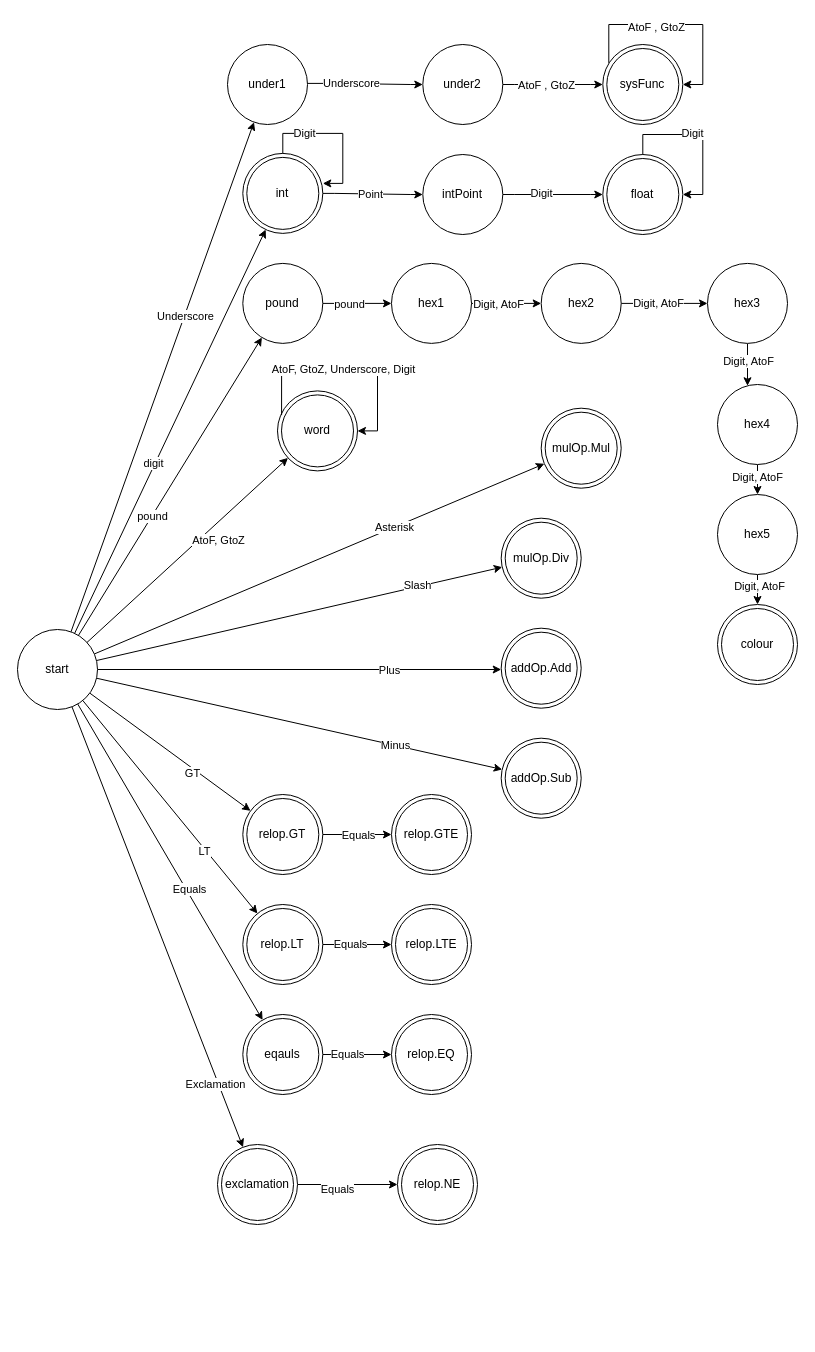
Above: docs/lexer DSA.drawio in wayne1512/CPS2000-compiler (draw.io), before the change. Source tidied: cells renumbered, new cells numbered last; positions are measured from the earlier drawing's top-left corner, leaving out a move shared by most shapes. Both pictures are drawn from the tidied source at 100%, with x=0, y=0 at pixel (17, 44).
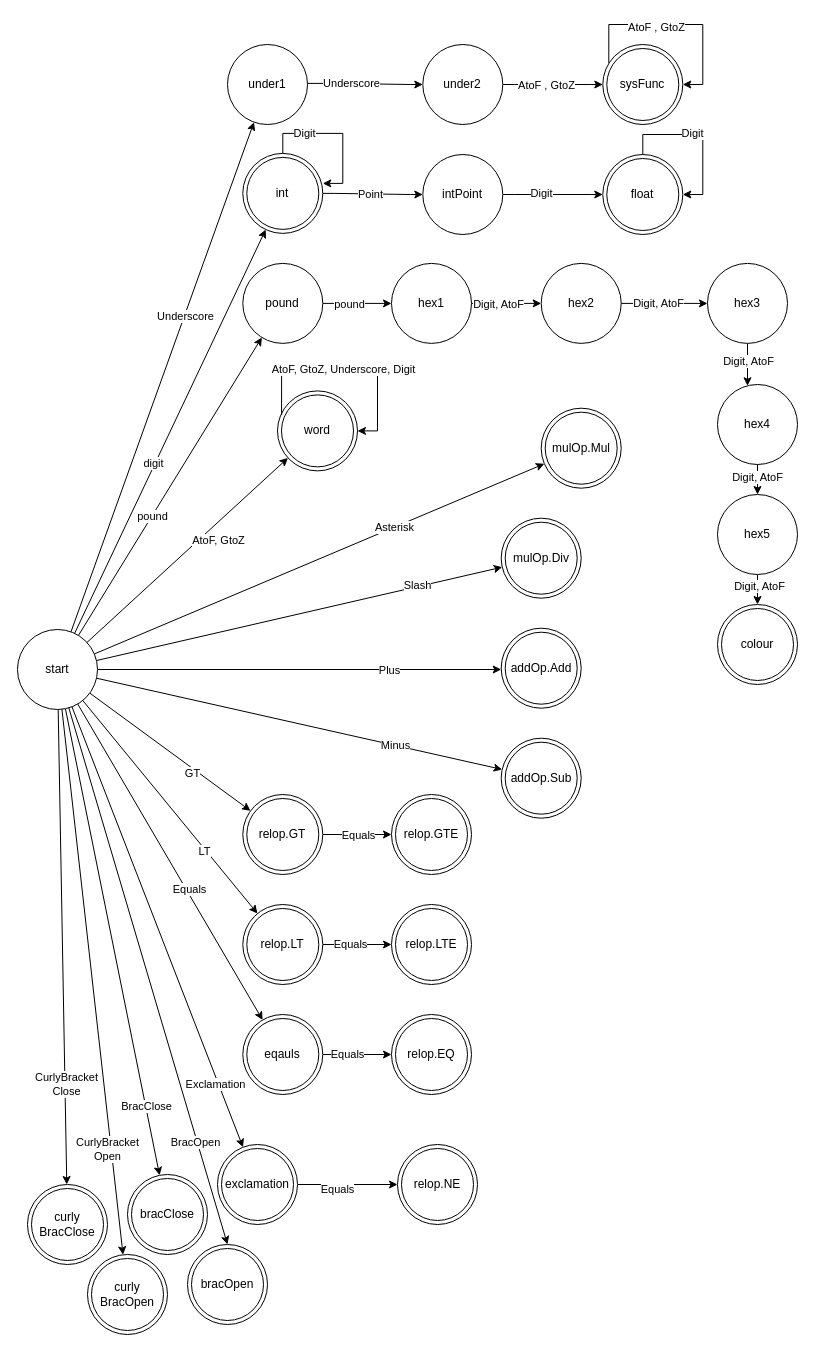
After the change.

Unchanged cells that the change refers to:
```xml
<mxCell id="26" value="start" style="ellipse;whiteSpace=wrap;html=1;" parent="1" vertex="1">
  <mxGeometry y="585" width="80" height="80" as="geometry" />
</mxCell>
```

The edit, as a diff of the source:
```diff
@@
+    <mxCell id="89" style="rounded=0;jettySize=auto;html=1;entryX=0.5;entryY=0;entryDx=0;entryDy=0;" parent="1" edge="1" source="26" target="97">
+      <mxGeometry relative="1" as="geometry" />
+    </mxCell>
+    <mxCell id="90" value="BracOpen" style="edgeLabel;html=1;align=center;verticalAlign=middle;" parent="89" vertex="1">
+      <mxGeometry x="-0.27" y="-3" relative="1" as="geometry">
+        <mxPoint x="71" y="238" as="offset" />
+      </mxGeometry>
+    </mxCell>
+    <mxCell id="91" style="rounded=0;jettySize=auto;html=1;" parent="1" edge="1" source="26" target="98">
+      <mxGeometry relative="1" as="geometry" />
+    </mxCell>
+    <mxCell id="92" value="BracClose" style="edgeLabel;html=1;align=center;verticalAlign=middle;" parent="91" vertex="1">
+      <mxGeometry x="0.7" relative="1" as="geometry" />
+    </mxCell>
+    <mxCell id="93" style="rounded=0;jettySize=auto;html=1;" parent="1" edge="1" source="26" target="99">
+      <mxGeometry relative="1" as="geometry" />
+    </mxCell>
+    <mxCell id="94" value="CurlyBracket&lt;br&gt;Open" style="edgeLabel;html=1;align=center;verticalAlign=middle;" parent="93" vertex="1">
+      <mxGeometry x="0.61" y="-4" relative="1" as="geometry" />
+    </mxCell>
+    <mxCell id="95" style="rounded=0;jettySize=auto;html=1;" parent="1" edge="1" source="26" target="100">
+      <mxGeometry relative="1" as="geometry" />
+    </mxCell>
+    <mxCell id="96" value="CurlyBracket&lt;br&gt;Close" style="edgeLabel;html=1;align=center;verticalAlign=middle;" parent="95" vertex="1">
+      <mxGeometry x="0.58" y="1" relative="1" as="geometry" />
+    </mxCell>
@@
+    <mxCell id="97" value="bracOpen" style="ellipse;shape=doubleEllipse;whiteSpace=wrap;html=1;" parent="1" vertex="1">
+      <mxGeometry x="170" y="1200" width="80" height="80" as="geometry" />
+    </mxCell>
+    <mxCell id="98" value="bracClose" style="ellipse;shape=doubleEllipse;whiteSpace=wrap;html=1;" parent="1" vertex="1">
+      <mxGeometry x="110" y="1130" width="80" height="80" as="geometry" />
+    </mxCell>
+    <mxCell id="99" value="curly&lt;br&gt;BracOpen" style="ellipse;shape=doubleEllipse;whiteSpace=wrap;html=1;" parent="1" vertex="1">
+      <mxGeometry x="70" y="1210" width="80" height="80" as="geometry" />
+    </mxCell>
+    <mxCell id="100" value="curly&lt;br&gt;BracClose" style="ellipse;shape=doubleEllipse;whiteSpace=wrap;html=1;" parent="1" vertex="1">
+      <mxGeometry x="10" y="1140" width="80" height="80" as="geometry" />
+    </mxCell>
```
